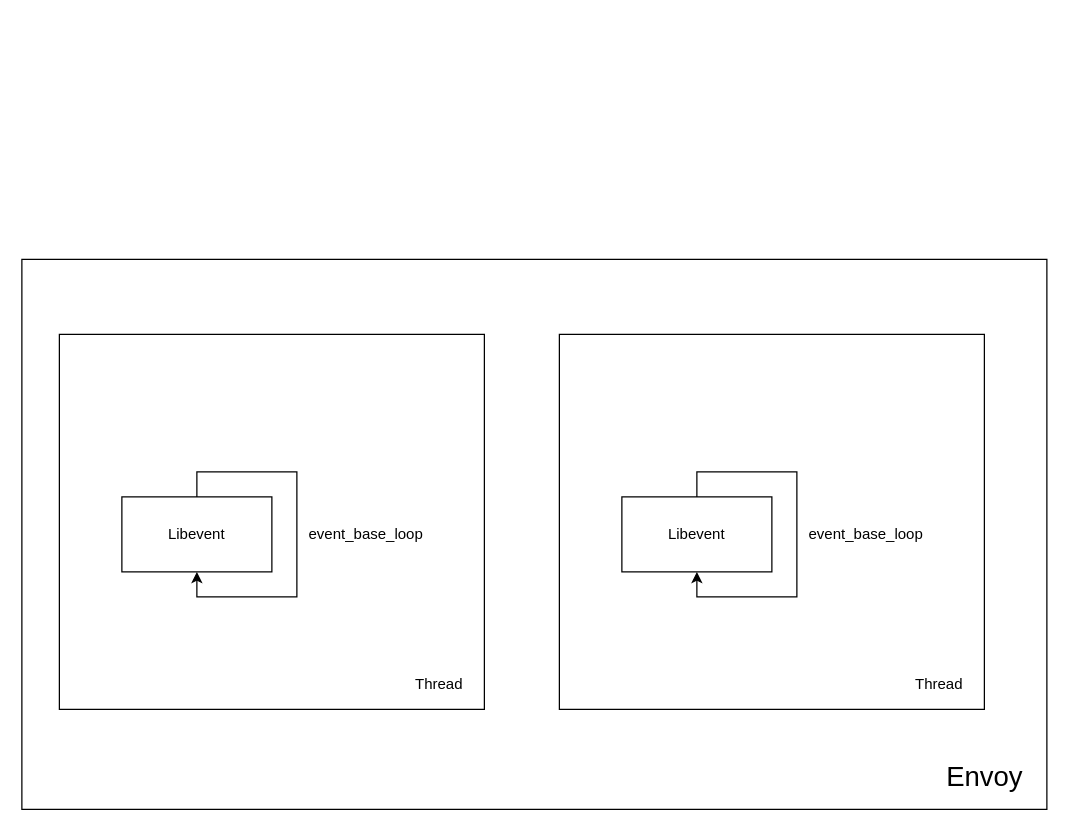
Above: envoy-0.drawio in yanickxia/drawio (draw.io), before the change. Source tidied: cells renumbered, new cells numbered last; positions are measured from the earlier drawing's top-left corner, leaving out a move shared by most shapes. Both pictures are drawn from the tidied source at 125%, with x=0, y=0 at pixel (21, 259).
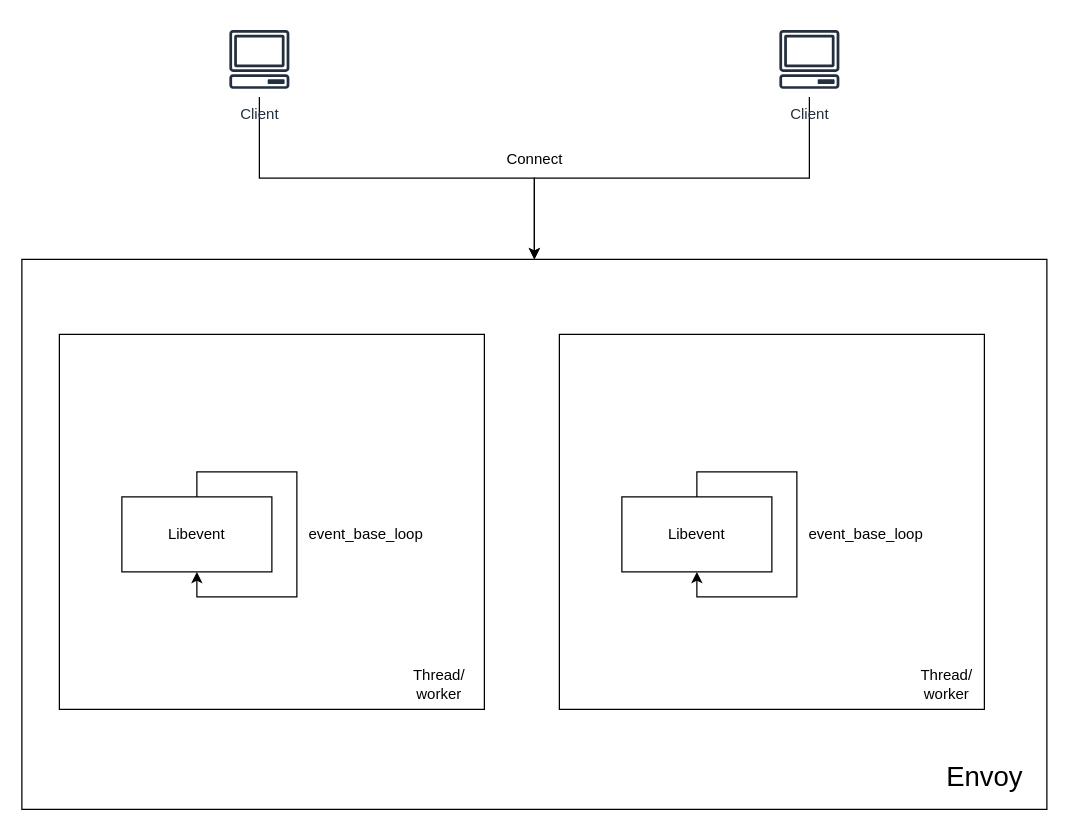
Above is the later version.

What changed in the source:
```diff
@@
 <mxGraphModel>
   <root>
     <mxCell id="0" />
     <mxCell id="1" parent="0" />
     <mxCell id="2" style="rounded=0;whiteSpace=wrap;html=1;fillColor=none;" parent="1" vertex="1">
       <mxGeometry x="30" y="60" width="340" height="300" as="geometry" />
     </mxCell>
     <mxCell id="3" style="rounded=0;whiteSpace=wrap;html=1;fillColor=none;" parent="1" vertex="1">
       <mxGeometry width="820" height="440" as="geometry" />
     </mxCell>
     <mxCell id="4" value="Libevent" style="rounded=0;whiteSpace=wrap;html=1;" parent="1" vertex="1">
       <mxGeometry x="80" y="190" width="120" height="60" as="geometry" />
     </mxCell>
     <mxCell id="5" style="edgeStyle=orthogonalEdgeStyle;rounded=0;orthogonalLoop=1;jettySize=auto;html=1;entryX=0.5;entryY=1;entryDx=0;entryDy=0;" parent="1" edge="1" source="4" target="4">
       <mxGeometry relative="1" as="geometry" />
     </mxCell>
     <mxCell id="6" value="event_base_loop" style="text;html=1;align=center;verticalAlign=middle;" parent="1" vertex="1">
       <mxGeometry x="220" y="210" width="110" height="20" as="geometry" />
     </mxCell>
-    <mxCell id="7" value="Thread" style="text;html=1;strokeColor=none;fillColor=none;align=center;verticalAlign=middle;whiteSpace=wrap;rounded=0;" parent="1" vertex="1">
+    <mxCell id="7" value="Thread/ worker" style="text;html=1;strokeColor=none;fillColor=none;align=center;verticalAlign=middle;whiteSpace=wrap;rounded=0;" parent="1" vertex="1">
       <mxGeometry x="314" y="330" width="40" height="20" as="geometry" />
     </mxCell>
     <mxCell id="8" style="rounded=0;whiteSpace=wrap;html=1;fillColor=none;" parent="1" vertex="1">
       <mxGeometry x="430" y="60" width="340" height="300" as="geometry" />
     </mxCell>
     <mxCell id="9" value="Libevent" style="rounded=0;whiteSpace=wrap;html=1;" parent="1" vertex="1">
       <mxGeometry x="480" y="190" width="120" height="60" as="geometry" />
     </mxCell>
     <mxCell id="10" style="edgeStyle=orthogonalEdgeStyle;rounded=0;orthogonalLoop=1;jettySize=auto;html=1;entryX=0.5;entryY=1;entryDx=0;entryDy=0;" parent="1" edge="1" source="9" target="9">
       <mxGeometry relative="1" as="geometry" />
     </mxCell>
     <mxCell id="11" value="event_base_loop" style="text;html=1;align=center;verticalAlign=middle;" parent="1" vertex="1">
       <mxGeometry x="620" y="210" width="110" height="20" as="geometry" />
     </mxCell>
-    <mxCell id="12" value="Thread" style="text;html=1;strokeColor=none;fillColor=none;align=center;verticalAlign=middle;whiteSpace=wrap;rounded=0;" parent="1" vertex="1">
-      <mxGeometry x="714" y="330" width="40" height="20" as="geometry" />
-    </mxCell>
     <mxCell id="13" value="Envoy" style="text;html=1;align=center;verticalAlign=middle;fontSize=22;" parent="1" vertex="1">
       <mxGeometry x="730" y="400" width="80" height="30" as="geometry" />
     </mxCell>
+    <mxCell id="14" value="Thread/ worker" style="text;html=1;strokeColor=none;fillColor=none;align=center;verticalAlign=middle;whiteSpace=wrap;rounded=0;" parent="1" vertex="1">
+      <mxGeometry x="720" y="330" width="40" height="20" as="geometry" />
+    </mxCell>
+    <mxCell id="15" style="edgeStyle=orthogonalEdgeStyle;rounded=0;jettySize=auto;html=1;" parent="1" edge="1" source="16" target="3">
+      <mxGeometry relative="1" as="geometry" />
+    </mxCell>
+    <mxCell id="16" value="Client" style="outlineConnect=0;fontColor=#232F3E;gradientColor=none;strokeColor=#232F3E;fillColor=#ffffff;dashed=0;verticalLabelPosition=bottom;verticalAlign=top;align=center;html=1;fontSize=12;fontStyle=0;shape=mxgraph.aws4.resourceIcon;resIcon=mxgraph.aws4.client;" parent="1" vertex="1">
+      <mxGeometry x="160" y="-190" width="60" height="60" as="geometry" />
+    </mxCell>
+    <mxCell id="17" style="edgeStyle=orthogonalEdgeStyle;rounded=0;jettySize=auto;html=1;" parent="1" edge="1" source="18" target="3">
+      <mxGeometry relative="1" as="geometry" />
+    </mxCell>
+    <mxCell id="18" value="Client" style="outlineConnect=0;fontColor=#232F3E;gradientColor=none;strokeColor=#232F3E;fillColor=#ffffff;dashed=0;verticalLabelPosition=bottom;verticalAlign=top;align=center;html=1;fontSize=12;fontStyle=0;shape=mxgraph.aws4.resourceIcon;resIcon=mxgraph.aws4.client;" parent="1" vertex="1">
+      <mxGeometry x="600" y="-190" width="60" height="60" as="geometry" />
+    </mxCell>
+    <mxCell id="19" value="Connect" style="text;html=1;align=center;verticalAlign=middle;" parent="1" vertex="1">
+      <mxGeometry x="380" y="-90" width="60" height="20" as="geometry" />
+    </mxCell>
   </root>
 </mxGraphModel>
```
